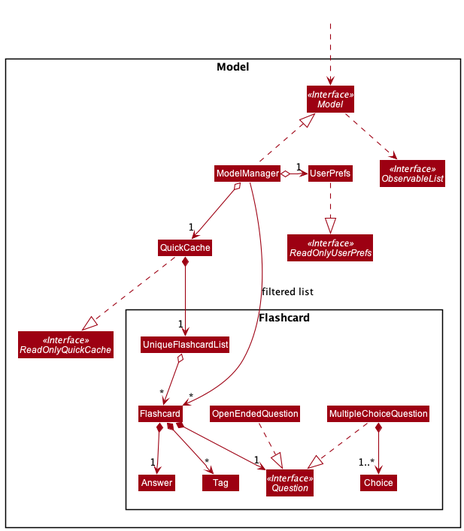
Before: docs/images/ModelClassDiagram.png, a diagram exported from PlantUML (nus-cs2103-AY2021S1/tp).
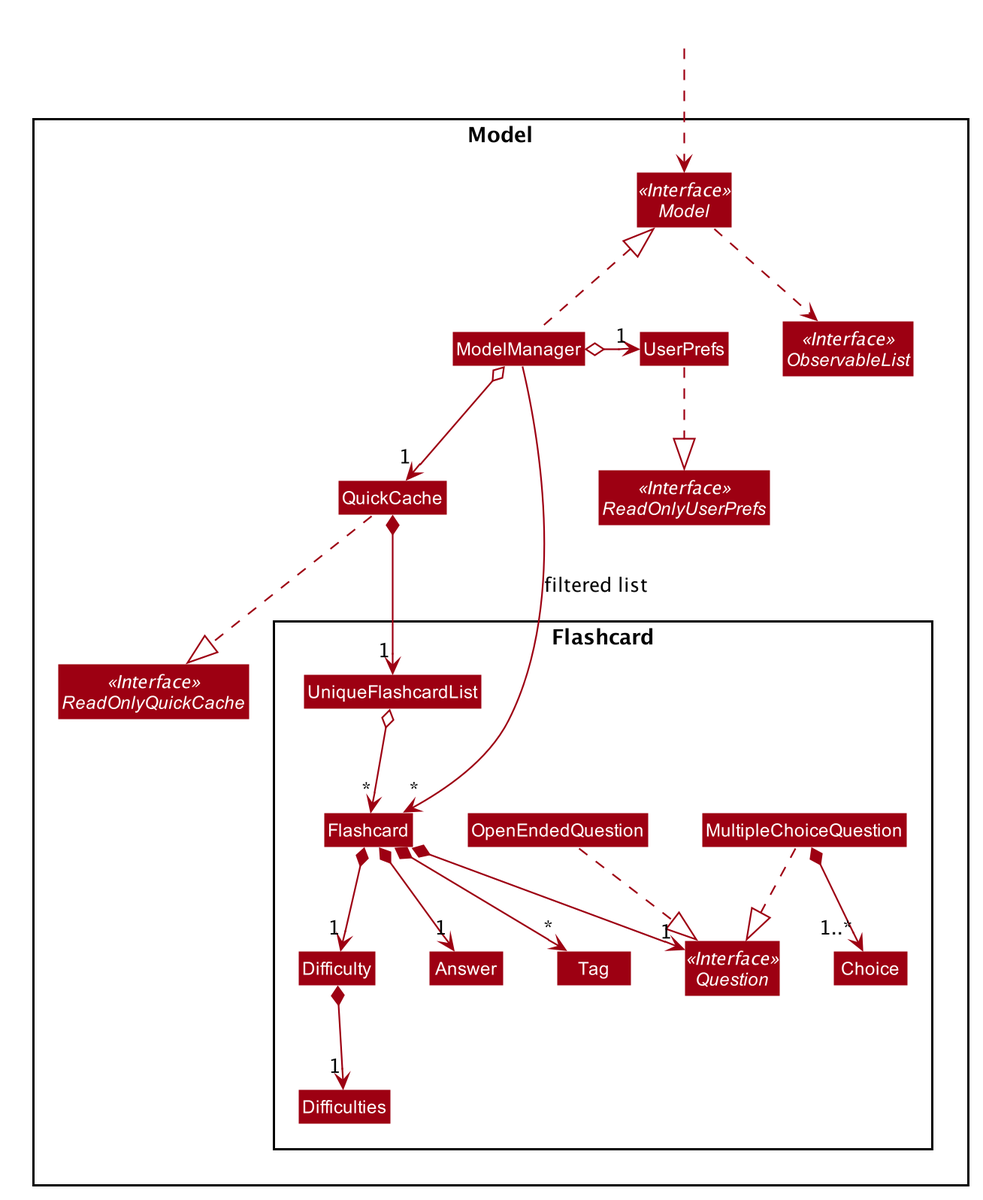
After the change.

Commit message:
Added Diagrams into images folder

Change to the diagram source:
```diff
@@ -1,8 +1,55 @@
 @startuml
-!include style.puml
+
+
+
+
+
+
+
+
+skinparam BackgroundColor #FFFFFFF
+
+skinparam Shadowing false
+
+skinparam Class {
+    FontColor #FFFFFF
+    BorderThickness 1
+    BorderColor #FFFFFF
+    StereotypeFontColor #FFFFFF
+    FontName Arial
+}
+
+skinparam Actor {
+    BorderColor #000000
+    Color #000000
+    FontName Arial
+}
+
+skinparam Sequence {
+    MessageAlign center
+    BoxFontSize 15
+    BoxPadding 0
+    BoxFontColor #FFFFFF
+    FontName Arial
+}
+
+skinparam Participant {
+    FontColor #FFFFFFF
+    Padding 20
+}
+
+skinparam MinClassWidth 50
+skinparam ParticipantPadding 10
+skinparam Shadowing false
+skinparam DefaultTextAlignment center
+skinparam packageStyle Rectangle
+
+hide footbox
+hide members
+hide circle
 skinparam arrowThickness 1.1
-skinparam arrowColor MODEL_COLOR
-skinparam classBackgroundColor MODEL_COLOR
+skinparam arrowColor #9D0012
+skinparam classBackgroundColor #9D0012
 
 Package Model <<Rectangle>> {
 Class ModelManager
@@ -20,6 +67,8 @@
 class Answer
 class Choice
 class Tag
+class Difficulty
+enum Difficulties
 class UniqueFlashcardList
 class Flashcard
 }
@@ -34,6 +83,9 @@
 Flashcard *--> "1" Question
 Flashcard *--> "1" Answer
 Flashcard *--> "*" Tag
+Flashcard *--> "1" Difficulty
+
+Difficulty *--> "1" Difficulties
 
 UniqueFlashcardList o--> "*" Flashcard
 QuickCache *--> "1" UniqueFlashcardList
```
